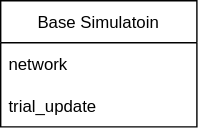
Earlier version of the draw.io export notes/codeStructure.drawio.svg (KatharinaBracher/neural-circuit-model). Source tidied: cells renumbered, new cells last; positions are measured from the earlier drawing's top-left corner, leaving out a move shared by most shapes.
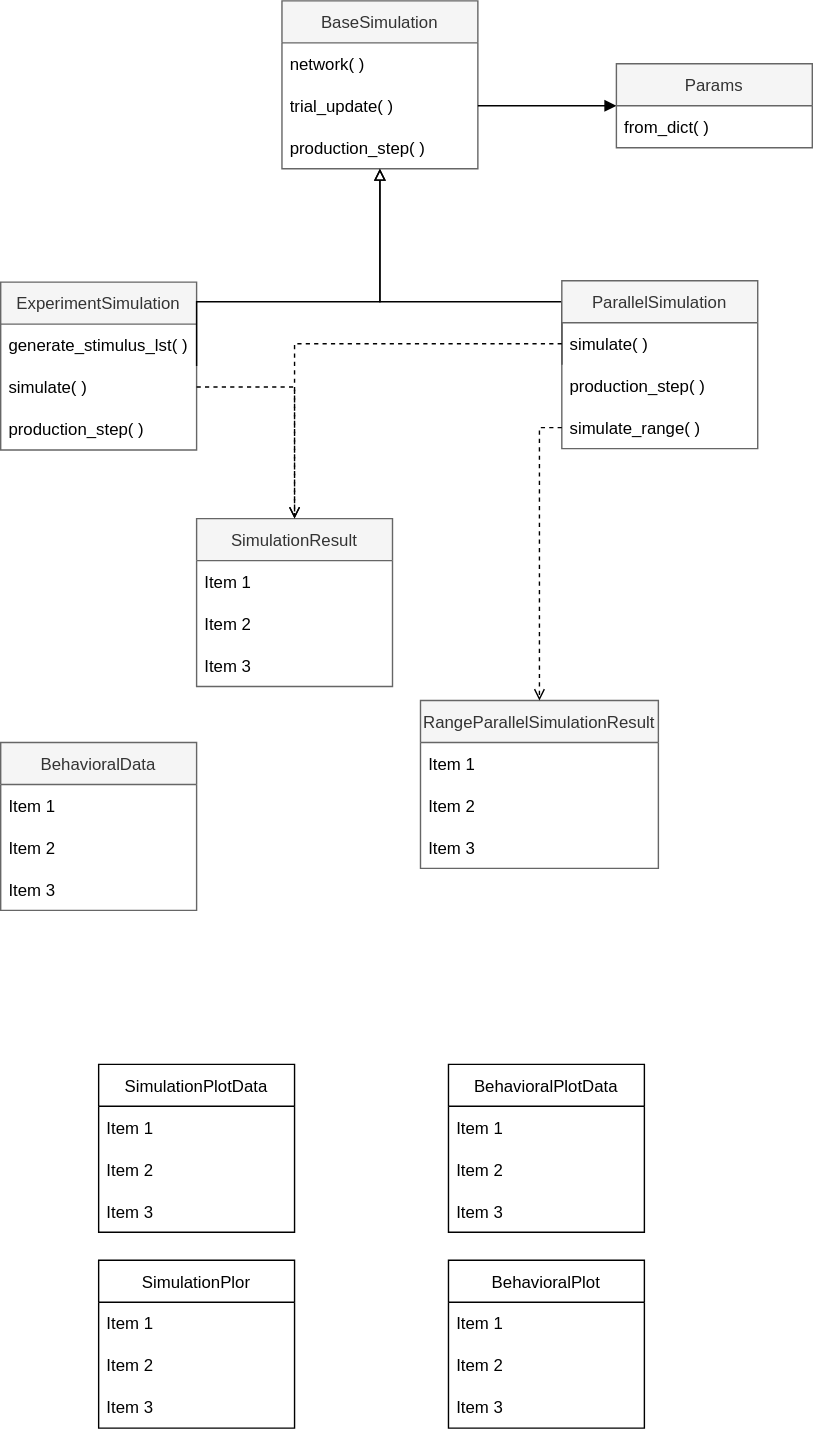
The same diagram one commit later.

The edit, as a diff of the source:
```diff
@@ -2,14 +2,158 @@
   <root>
     <mxCell id="0" />
     <mxCell id="1" parent="0" />
-    <mxCell id="2" value="Base Simulatoin" style="swimlane;fontStyle=0;horizontal=1;startSize=30;" parent="1" vertex="1">
-      <mxGeometry width="140" height="90" as="geometry" />
+    <mxCell id="2" value="BaseSimulation" style="swimlane;fontStyle=0;horizontal=1;startSize=30;fillColor=#f5f5f5;fontColor=#333333;strokeColor=#666666;" parent="1" vertex="1">
+      <mxGeometry width="140" height="120" as="geometry" />
     </mxCell>
-    <mxCell id="3" value="network" style="text;strokeColor=none;fillColor=none;align=left;verticalAlign=middle;spacingLeft=4;spacingRight=4;overflow=hidden;" parent="2" vertex="1">
+    <mxCell id="3" value="network( )" style="text;strokeColor=none;fillColor=none;align=left;verticalAlign=middle;spacingLeft=4;spacingRight=4;overflow=hidden;" parent="2" vertex="1">
       <mxGeometry y="30" width="140" height="30" as="geometry" />
     </mxCell>
-    <mxCell id="4" value="trial_update" style="text;strokeColor=none;fillColor=none;align=left;verticalAlign=middle;spacingLeft=4;spacingRight=4;overflow=hidden;points=[[0,0.5],[1,0.5]];portConstraint=eastwest;" parent="2" vertex="1">
+    <mxCell id="4" value="trial_update( )" style="text;strokeColor=none;fillColor=none;align=left;verticalAlign=middle;spacingLeft=4;spacingRight=4;overflow=hidden;points=[[0,0.5],[1,0.5]];portConstraint=eastwest;" parent="2" vertex="1">
       <mxGeometry y="60" width="140" height="30" as="geometry" />
     </mxCell>
+    <mxCell id="5" value="production_step( )" style="text;strokeColor=none;fillColor=none;align=left;verticalAlign=middle;spacingLeft=4;spacingRight=4;overflow=hidden;" parent="2" vertex="1">
+      <mxGeometry y="90" width="140" height="30" as="geometry" />
+    </mxCell>
+    <mxCell id="6" value="Params" style="swimlane;fontStyle=0;horizontal=1;startSize=30;fillColor=#f5f5f5;fontColor=#333333;strokeColor=#666666;" parent="1" vertex="1">
+      <mxGeometry x="239" y="45" width="140" height="60" as="geometry" />
+    </mxCell>
+    <mxCell id="7" value="from_dict( )" style="text;strokeColor=none;fillColor=none;align=left;verticalAlign=middle;spacingLeft=4;spacingRight=4;overflow=hidden;" parent="6" vertex="1">
+      <mxGeometry y="30" width="140" height="30" as="geometry" />
+    </mxCell>
+    <mxCell id="8" value="ExperimentSimulation" style="swimlane;fontStyle=0;horizontal=1;startSize=30;fillColor=#f5f5f5;fontColor=#333333;strokeColor=#666666;" parent="1" vertex="1">
+      <mxGeometry x="-201" y="201" width="140" height="120" as="geometry" />
+    </mxCell>
+    <mxCell id="9" value="generate_stimulus_lst( )" style="text;strokeColor=none;fillColor=none;align=left;verticalAlign=middle;spacingLeft=4;spacingRight=4;overflow=hidden;" parent="8" vertex="1">
+      <mxGeometry y="30" width="140" height="30" as="geometry" />
+    </mxCell>
+    <mxCell id="10" value="simulate( )" style="text;strokeColor=none;fillColor=none;align=left;verticalAlign=middle;spacingLeft=4;spacingRight=4;overflow=hidden;points=[[0,0.5],[1,0.5]];portConstraint=eastwest;" parent="8" vertex="1">
+      <mxGeometry y="60" width="140" height="30" as="geometry" />
+    </mxCell>
+    <mxCell id="11" value="production_step( )" style="text;strokeColor=none;fillColor=none;align=left;verticalAlign=middle;spacingLeft=4;spacingRight=4;overflow=hidden;" parent="8" vertex="1">
+      <mxGeometry y="90" width="140" height="30" as="geometry" />
+    </mxCell>
+    <mxCell id="12" style="edgeStyle=orthogonalEdgeStyle;html=1;rounded=0;endArrow=block;endFill=0;exitX=1;exitY=0.5;exitDx=0;exitDy=0;" parent="1" edge="1" source="8" target="2">
+      <mxGeometry relative="1" as="geometry">
+        <Array as="points">
+          <mxPoint x="70" y="215" />
+        </Array>
+      </mxGeometry>
+    </mxCell>
+    <mxCell id="13" style="edgeStyle=orthogonalEdgeStyle;rounded=0;html=1;endArrow=block;endFill=1;" parent="1" edge="1" source="4" target="6">
+      <mxGeometry relative="1" as="geometry" />
+    </mxCell>
+    <mxCell id="14" style="edgeStyle=orthogonalEdgeStyle;rounded=0;html=1;endArrow=block;endFill=0;exitX=0;exitY=0.5;exitDx=0;exitDy=0;" parent="1" edge="1" source="15">
+      <mxGeometry relative="1" as="geometry">
+        <mxPoint x="70" y="120" as="targetPoint" />
+        <Array as="points">
+          <mxPoint x="70" y="215" />
+        </Array>
+      </mxGeometry>
+    </mxCell>
+    <mxCell id="15" value="ParallelSimulation" style="swimlane;fontStyle=0;horizontal=1;startSize=30;fillColor=#f5f5f5;fontColor=#333333;strokeColor=#666666;" parent="1" vertex="1">
+      <mxGeometry x="200" y="200" width="140" height="120" as="geometry" />
+    </mxCell>
+    <mxCell id="16" value="simulate( )" style="text;strokeColor=none;fillColor=none;align=left;verticalAlign=middle;spacingLeft=4;spacingRight=4;overflow=hidden;points=[[0,0.5],[1,0.5]];portConstraint=eastwest;" parent="15" vertex="1">
+      <mxGeometry y="30" width="140" height="30" as="geometry" />
+    </mxCell>
+    <mxCell id="17" value="production_step( )" style="text;strokeColor=none;fillColor=none;align=left;verticalAlign=middle;spacingLeft=4;spacingRight=4;overflow=hidden;" parent="15" vertex="1">
+      <mxGeometry y="60" width="140" height="30" as="geometry" />
+    </mxCell>
+    <mxCell id="18" value="simulate_range( )" style="text;strokeColor=none;fillColor=none;align=left;verticalAlign=middle;spacingLeft=4;spacingRight=4;overflow=hidden;points=[[0,0.5],[1,0.5]];portConstraint=eastwest;" parent="15" vertex="1">
+      <mxGeometry y="90" width="140" height="30" as="geometry" />
+    </mxCell>
+    <mxCell id="19" value="SimulationResult" style="swimlane;fontStyle=0;horizontal=1;startSize=30;fillColor=#f5f5f5;fontColor=#333333;strokeColor=#666666;" parent="1" vertex="1">
+      <mxGeometry x="-61" y="370" width="140" height="120" as="geometry" />
+    </mxCell>
+    <mxCell id="20" value="Item 1" style="text;strokeColor=none;fillColor=none;align=left;verticalAlign=middle;spacingLeft=4;spacingRight=4;overflow=hidden;" parent="19" vertex="1">
+      <mxGeometry y="30" width="140" height="30" as="geometry" />
+    </mxCell>
+    <mxCell id="21" value="Item 2" style="text;strokeColor=none;fillColor=none;align=left;verticalAlign=middle;spacingLeft=4;spacingRight=4;overflow=hidden;" parent="19" vertex="1">
+      <mxGeometry y="60" width="140" height="30" as="geometry" />
+    </mxCell>
+    <mxCell id="22" value="Item 3" style="text;strokeColor=none;fillColor=none;align=left;verticalAlign=middle;spacingLeft=4;spacingRight=4;overflow=hidden;" parent="19" vertex="1">
+      <mxGeometry y="90" width="140" height="30" as="geometry" />
+    </mxCell>
+    <mxCell id="23" style="edgeStyle=orthogonalEdgeStyle;rounded=0;html=1;endArrow=open;endFill=0;dashed=1;" parent="1" edge="1" source="16" target="19">
+      <mxGeometry relative="1" as="geometry" />
+    </mxCell>
+    <mxCell id="24" value="RangeParallelSimulationResult" style="swimlane;fontStyle=0;horizontal=1;startSize=30;fillColor=#f5f5f5;fontColor=#333333;strokeColor=#666666;" parent="1" vertex="1">
+      <mxGeometry x="99" y="500" width="170" height="120" as="geometry" />
+    </mxCell>
+    <mxCell id="25" value="Item 1" style="text;strokeColor=none;fillColor=none;align=left;verticalAlign=middle;spacingLeft=4;spacingRight=4;overflow=hidden;" parent="24" vertex="1">
+      <mxGeometry y="30" width="170" height="30" as="geometry" />
+    </mxCell>
+    <mxCell id="26" value="Item 2" style="text;strokeColor=none;fillColor=none;align=left;verticalAlign=middle;spacingLeft=4;spacingRight=4;overflow=hidden;" parent="24" vertex="1">
+      <mxGeometry y="60" width="170" height="30" as="geometry" />
+    </mxCell>
+    <mxCell id="27" value="Item 3" style="text;strokeColor=none;fillColor=none;align=left;verticalAlign=middle;spacingLeft=4;spacingRight=4;overflow=hidden;" parent="24" vertex="1">
+      <mxGeometry y="90" width="170" height="30" as="geometry" />
+    </mxCell>
+    <mxCell id="28" style="edgeStyle=orthogonalEdgeStyle;rounded=0;html=1;entryX=0.5;entryY=0;entryDx=0;entryDy=0;dashed=1;endArrow=open;endFill=0;" parent="1" edge="1" source="10" target="19">
+      <mxGeometry relative="1" as="geometry" />
+    </mxCell>
+    <mxCell id="29" style="edgeStyle=orthogonalEdgeStyle;rounded=0;html=1;entryX=0.5;entryY=0;entryDx=0;entryDy=0;dashed=1;endArrow=open;endFill=0;" parent="1" edge="1" source="18" target="24">
+      <mxGeometry relative="1" as="geometry" />
+    </mxCell>
+    <mxCell id="30" value="BehavioralData" style="swimlane;fontStyle=0;horizontal=1;startSize=30;fillColor=#f5f5f5;fontColor=#333333;strokeColor=#666666;" parent="1" vertex="1">
+      <mxGeometry x="-201" y="530" width="140" height="120" as="geometry" />
+    </mxCell>
+    <mxCell id="31" value="Item 1" style="text;strokeColor=none;fillColor=none;align=left;verticalAlign=middle;spacingLeft=4;spacingRight=4;overflow=hidden;" parent="30" vertex="1">
+      <mxGeometry y="30" width="140" height="30" as="geometry" />
+    </mxCell>
+    <mxCell id="32" value="Item 2" style="text;strokeColor=none;fillColor=none;align=left;verticalAlign=middle;spacingLeft=4;spacingRight=4;overflow=hidden;" parent="30" vertex="1">
+      <mxGeometry y="60" width="140" height="30" as="geometry" />
+    </mxCell>
+    <mxCell id="33" value="Item 3" style="text;strokeColor=none;fillColor=none;align=left;verticalAlign=middle;spacingLeft=4;spacingRight=4;overflow=hidden;" parent="30" vertex="1">
+      <mxGeometry y="90" width="140" height="30" as="geometry" />
+    </mxCell>
+    <mxCell id="34" value="SimulationPlotData" style="swimlane;fontStyle=0;horizontal=1;startSize=30;" parent="1" vertex="1">
+      <mxGeometry x="-131" y="760" width="140" height="120" as="geometry" />
+    </mxCell>
+    <mxCell id="35" value="Item 1" style="text;strokeColor=none;fillColor=none;align=left;verticalAlign=middle;spacingLeft=4;spacingRight=4;overflow=hidden;" parent="34" vertex="1">
+      <mxGeometry y="30" width="140" height="30" as="geometry" />
+    </mxCell>
+    <mxCell id="36" value="Item 2" style="text;strokeColor=none;fillColor=none;align=left;verticalAlign=middle;spacingLeft=4;spacingRight=4;overflow=hidden;" parent="34" vertex="1">
+      <mxGeometry y="60" width="140" height="30" as="geometry" />
+    </mxCell>
+    <mxCell id="37" value="Item 3" style="text;strokeColor=none;fillColor=none;align=left;verticalAlign=middle;spacingLeft=4;spacingRight=4;overflow=hidden;" parent="34" vertex="1">
+      <mxGeometry y="90" width="140" height="30" as="geometry" />
+    </mxCell>
+    <mxCell id="38" value="SimulationPlor" style="swimlane;fontStyle=0;horizontal=1;startSize=30;" parent="1" vertex="1">
+      <mxGeometry x="-131" y="900" width="140" height="120" as="geometry" />
+    </mxCell>
+    <mxCell id="39" value="Item 1" style="text;strokeColor=none;fillColor=none;align=left;verticalAlign=middle;spacingLeft=4;spacingRight=4;overflow=hidden;" parent="38" vertex="1">
+      <mxGeometry y="30" width="140" height="30" as="geometry" />
+    </mxCell>
+    <mxCell id="40" value="Item 2" style="text;strokeColor=none;fillColor=none;align=left;verticalAlign=middle;spacingLeft=4;spacingRight=4;overflow=hidden;" parent="38" vertex="1">
+      <mxGeometry y="60" width="140" height="30" as="geometry" />
+    </mxCell>
+    <mxCell id="41" value="Item 3" style="text;strokeColor=none;fillColor=none;align=left;verticalAlign=middle;spacingLeft=4;spacingRight=4;overflow=hidden;" parent="38" vertex="1">
+      <mxGeometry y="90" width="140" height="30" as="geometry" />
+    </mxCell>
+    <mxCell id="42" value="BehavioralPlotData" style="swimlane;fontStyle=0;horizontal=1;startSize=30;" parent="1" vertex="1">
+      <mxGeometry x="119" y="760" width="140" height="120" as="geometry" />
+    </mxCell>
+    <mxCell id="43" value="Item 1" style="text;strokeColor=none;fillColor=none;align=left;verticalAlign=middle;spacingLeft=4;spacingRight=4;overflow=hidden;" parent="42" vertex="1">
+      <mxGeometry y="30" width="140" height="30" as="geometry" />
+    </mxCell>
+    <mxCell id="44" value="Item 2" style="text;strokeColor=none;fillColor=none;align=left;verticalAlign=middle;spacingLeft=4;spacingRight=4;overflow=hidden;" parent="42" vertex="1">
+      <mxGeometry y="60" width="140" height="30" as="geometry" />
+    </mxCell>
+    <mxCell id="45" value="Item 3" style="text;strokeColor=none;fillColor=none;align=left;verticalAlign=middle;spacingLeft=4;spacingRight=4;overflow=hidden;" parent="42" vertex="1">
+      <mxGeometry y="90" width="140" height="30" as="geometry" />
+    </mxCell>
+    <mxCell id="46" value="BehavioralPlot" style="swimlane;fontStyle=0;horizontal=1;startSize=30;" parent="1" vertex="1">
+      <mxGeometry x="119" y="900" width="140" height="120" as="geometry" />
+    </mxCell>
+    <mxCell id="47" value="Item 1" style="text;strokeColor=none;fillColor=none;align=left;verticalAlign=middle;spacingLeft=4;spacingRight=4;overflow=hidden;" parent="46" vertex="1">
+      <mxGeometry y="30" width="140" height="30" as="geometry" />
+    </mxCell>
+    <mxCell id="48" value="Item 2" style="text;strokeColor=none;fillColor=none;align=left;verticalAlign=middle;spacingLeft=4;spacingRight=4;overflow=hidden;" parent="46" vertex="1">
+      <mxGeometry y="60" width="140" height="30" as="geometry" />
+    </mxCell>
+    <mxCell id="49" value="Item 3" style="text;strokeColor=none;fillColor=none;align=left;verticalAlign=middle;spacingLeft=4;spacingRight=4;overflow=hidden;" parent="46" vertex="1">
+      <mxGeometry y="90" width="140" height="30" as="geometry" />
+    </mxCell>
   </root>
 </mxGraphModel>
```
